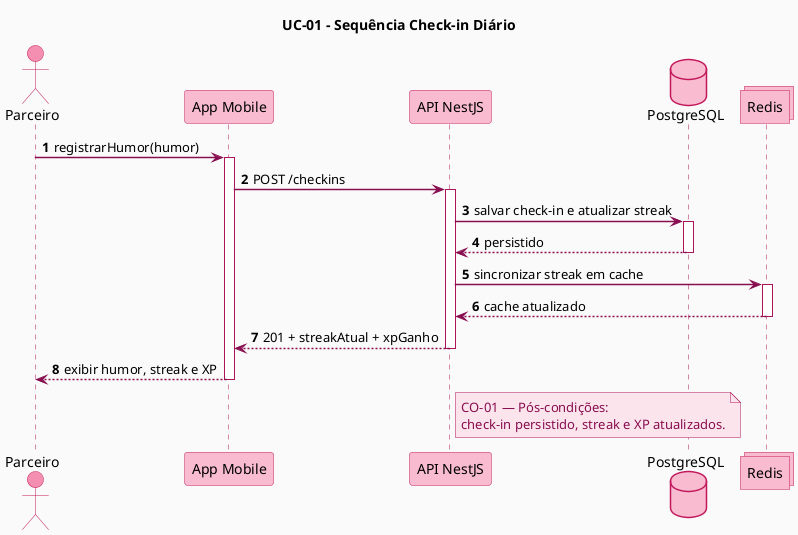
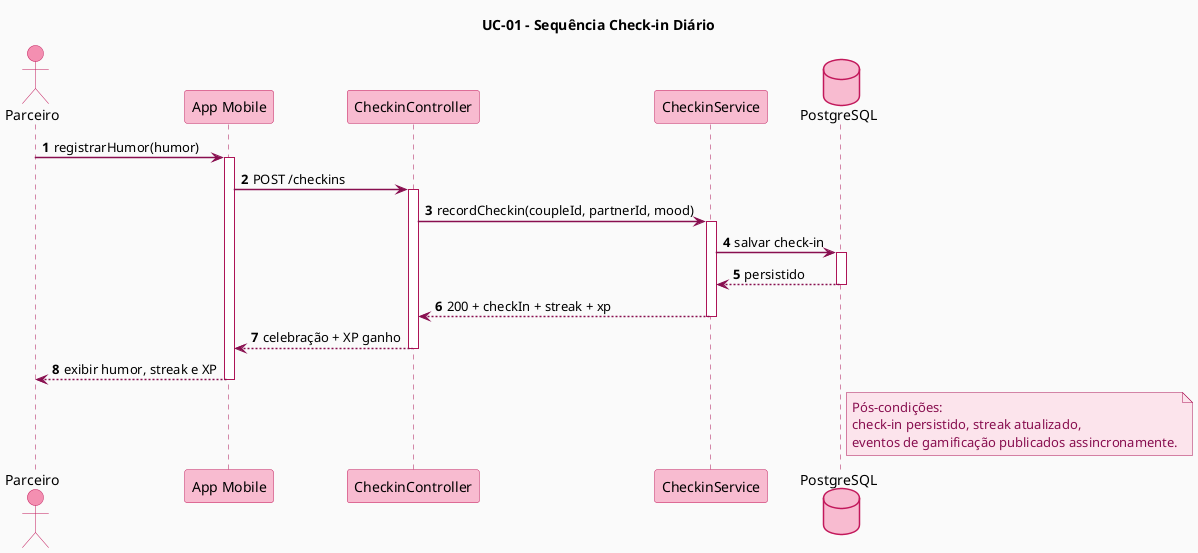
@startuml
title UC-01 - Sequência Check-in Diário

skinparam backgroundColor #FAFAFA
skinparam shadowing false
skinparam sequenceArrowThickness 1.5
skinparam sequenceParticipantBorderColor #C2185B
skinparam sequenceParticipantBackgroundColor #F8BBD0
skinparam sequenceActorBorderColor #C2185B
skinparam sequenceActorBackgroundColor #F48FB1
skinparam sequenceLifeLineBorderColor #AD1457
skinparam sequenceArrowColor #880E4F
skinparam ArrowColor #880E4F
skinparam noteBorderColor #AD1457
skinparam noteBackgroundColor #FCE4EC
skinparam noteFontColor #880E4F
skinparam sequenceMessageFontColor #880E4F
skinparam databaseBorderColor #C2185B
skinparam databaseBackgroundColor #F8BBD0
- skinparam collectionsBackgroundColor #F8BBD0
- skinparam collectionsBorderColor #C2185B

autonumber

actor Parceiro
participant "App Mobile" as Mobile
- participant "API NestJS" as API
+ participant "CheckinController" as Controller
+ participant "CheckinService" as CheckinService
database "PostgreSQL" as DB
- collections "Redis" as Redis

Parceiro -> Mobile : registrarHumor(humor)
activate Mobile

- Mobile -> API : POST /checkins
- activate API
+ Mobile -> Controller : POST /checkins
+ activate Controller

- API -> DB : salvar check-in e atualizar streak
+ Controller -> CheckinService : recordCheckin(coupleId, partnerId, mood)
+ activate CheckinService
+ 
+ CheckinService -> DB : salvar check-in
activate DB
- DB --> API : persistido
+ DB --> CheckinService : persistido
deactivate DB

- API -> Redis : sincronizar streak em cache
- activate Redis
- Redis --> API : cache atualizado
- deactivate Redis
+ CheckinService --> Controller : 200 + checkIn + streak + xp
+ deactivate CheckinService

- API --> Mobile : 201 + streakAtual + xpGanho
- deactivate API
+ Controller --> Mobile : celebração + XP ganho
+ deactivate Controller

Mobile --> Parceiro : exibir humor, streak e XP
deactivate Mobile

- note right of API
-   CO-01 — Pós-condições:
-   check-in persistido, streak e XP atualizados.
+ note right of DB
+   Pós-condições:
+   check-in persistido, streak atualizado,
+   eventos de gamificação publicados assincronamente.
end note

@enduml